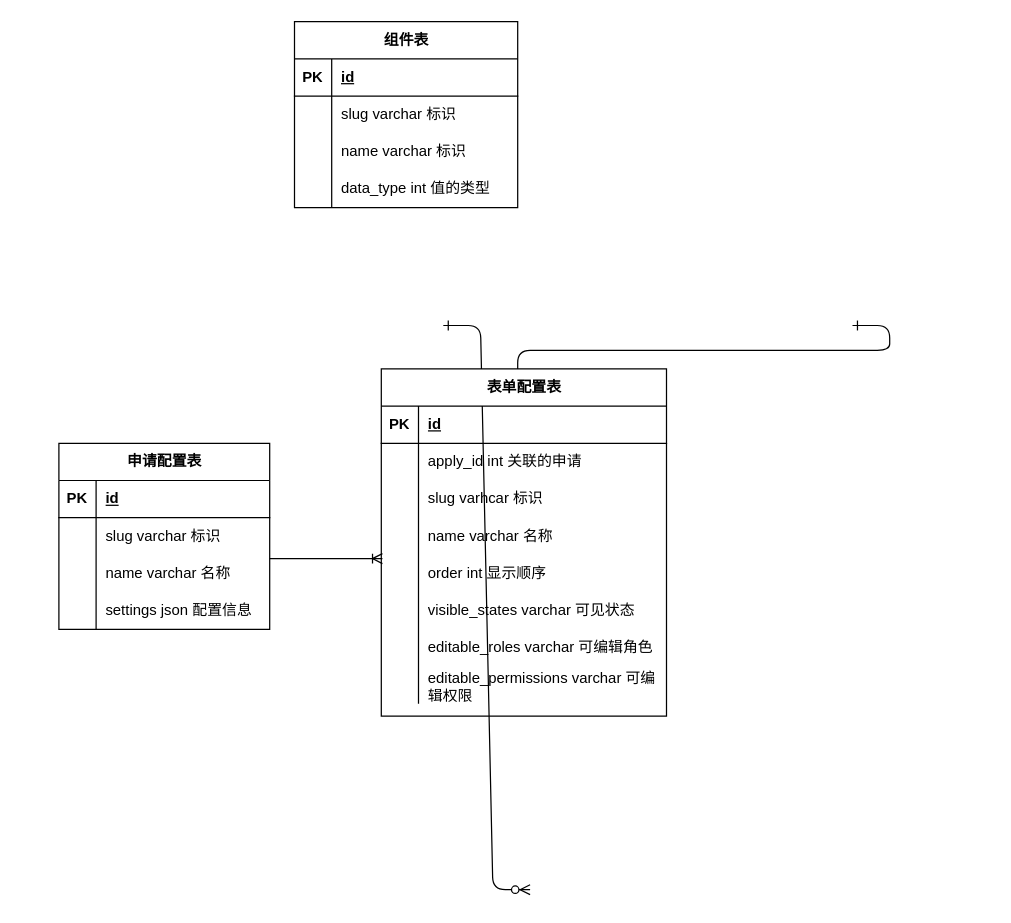
Earlier version of the draw.io diagram 未命名绘图.drawio (joewongex/drawio). Source tidied: cells renumbered, new cells numbered last; positions are measured from the earlier drawing's top-left corner, leaving out a move shared by most shapes. Both pictures are drawn from the tidied source at 124%, with x=0, y=0 at pixel (58, 21).
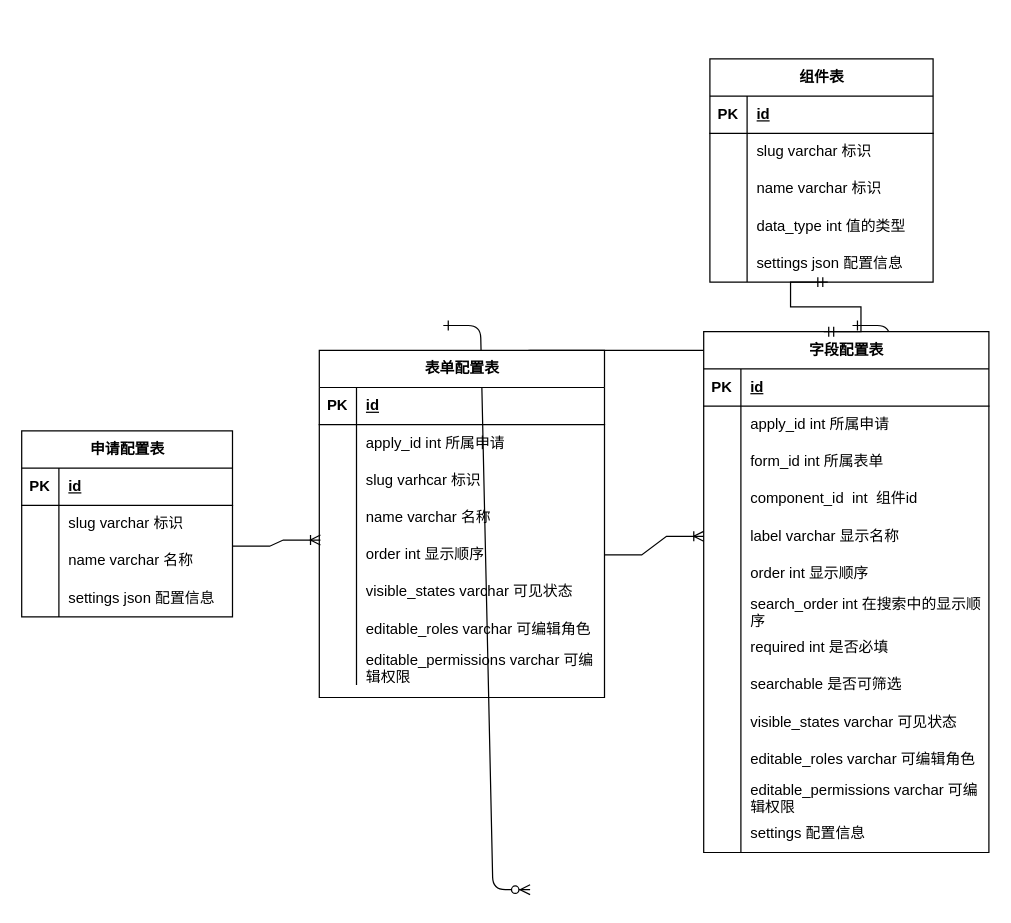
The same diagram, later.

Commit message (it also covers changes not shown here):
更新未命名绘图.drawio

The change refers to these unchanged cells:
```xml
<mxCell id="9" style="shape=tableRow;horizontal=0;startSize=0;swimlaneHead=0;swimlaneBody=0;fillColor=none;top=0;left=0;right=0;bottom=0;" parent="5" vertex="1">
  <mxGeometry y="60" width="230" height="30" as="geometry" />
</mxCell>
<mxCell id="18" style="shape=tableRow;horizontal=0;startSize=0;swimlaneHead=0;swimlaneBody=0;fillColor=none;points=[[0,0.5],[1,0.5]];portConstraint=eastwest;top=0;left=0;right=0;bottom=0;" parent="5" vertex="1">
  <mxGeometry y="150" width="230" height="30" as="geometry" />
</mxCell>
```

What changed in the source:
```diff
@@
     <mxCell id="5" value="表单配置表" style="shape=table;startSize=30;childLayout=tableLayout;rowLines=0;fontStyle=1;align=center;html=1;" parent="1" vertex="1">
-      <mxGeometry x="260" y="280" width="230" height="280" as="geometry" />
+      <mxGeometry x="210" y="265" width="230" height="280" as="geometry" />
     </mxCell>
@@
-    <mxCell id="11" value="apply_id int 关联的申请" style="shape=partialRectangle;fillColor=none;top=0;left=0;bottom=0;right=0;align=left;spacingLeft=6;overflow=hidden;whiteSpace=wrap;html=1;" parent="9" vertex="1">
+    <mxCell id="11" value="apply_id int 所属申请" style="shape=partialRectangle;fillColor=none;top=0;left=0;bottom=0;right=0;align=left;spacingLeft=6;overflow=hidden;whiteSpace=wrap;html=1;" parent="9" vertex="1">
       <mxGeometry x="30" width="200" height="30" as="geometry" />
     </mxCell>
@@
     <mxCell id="30" value="申请配置表" style="shape=table;startSize=30;childLayout=tableLayout;rowLines=0;fontStyle=1;align=center;html=1;" parent="1" vertex="1">
-      <mxGeometry y="340" width="170" height="150" as="geometry" />
+      <mxGeometry x="-30" y="330" width="170" height="150" as="geometry" />
     </mxCell>
@@
     <mxCell id="44" value="组件表" style="shape=table;startSize=30;childLayout=tableLayout;rowLines=0;fontStyle=1;align=center;html=1;" parent="1" vertex="1">
-      <mxGeometry x="190" width="180" height="150" as="geometry" />
+      <mxGeometry x="525" y="30" width="180" height="180" as="geometry" />
     </mxCell>
@@
+    <mxCell id="57" style="shape=tableRow;horizontal=0;startSize=0;swimlaneHead=0;swimlaneBody=0;fillColor=none;points=[[0,0.5],[1,0.5]];portConstraint=eastwest;top=0;left=0;right=0;bottom=0;" parent="44" vertex="1">
+      <mxGeometry y="150" width="180" height="30" as="geometry" />
+    </mxCell>
+    <mxCell id="58" style="shape=partialRectangle;fillColor=none;top=0;left=0;bottom=0;right=0;overflow=hidden;whiteSpace=wrap;html=1;" parent="57" vertex="1">
+      <mxGeometry width="30" height="30" as="geometry" />
+    </mxCell>
+    <mxCell id="59" value="settings json 配置信息" style="shape=partialRectangle;fillColor=none;top=0;left=0;bottom=0;right=0;align=left;spacingLeft=6;overflow=hidden;whiteSpace=wrap;html=1;" parent="57" vertex="1">
+      <mxGeometry x="30" width="150" height="30" as="geometry" />
+    </mxCell>
+    <mxCell id="60" value="字段配置表" style="shape=table;startSize=30;childLayout=tableLayout;rowLines=0;fontStyle=1;align=center;html=1;" parent="1" vertex="1">
+      <mxGeometry x="520" y="250" width="230" height="420" as="geometry" />
+    </mxCell>
+    <mxCell id="61" style="shape=tableRow;horizontal=0;startSize=0;swimlaneHead=0;swimlaneBody=0;fillColor=none;top=0;left=0;right=0;bottom=1;" parent="60" vertex="1">
+      <mxGeometry y="30" width="230" height="30" as="geometry" />
+    </mxCell>
+    <mxCell id="62" value="PK" style="shape=partialRectangle;fillColor=none;top=0;left=0;bottom=0;right=0;fontStyle=1;overflow=hidden;whiteSpace=wrap;html=1;" parent="61" vertex="1">
+      <mxGeometry width="30" height="30" as="geometry" />
+    </mxCell>
+    <mxCell id="63" value="id" style="shape=partialRectangle;fillColor=none;top=0;left=0;bottom=0;right=0;align=left;spacingLeft=6;fontStyle=5;overflow=hidden;whiteSpace=wrap;html=1;" parent="61" vertex="1">
+      <mxGeometry x="30" width="200" height="30" as="geometry" />
+    </mxCell>
+    <mxCell id="64" style="shape=tableRow;horizontal=0;startSize=0;swimlaneHead=0;swimlaneBody=0;fillColor=none;top=0;left=0;right=0;bottom=0;" parent="60" vertex="1">
+      <mxGeometry y="60" width="230" height="30" as="geometry" />
+    </mxCell>
+    <mxCell id="65" style="shape=partialRectangle;fillColor=none;top=0;left=0;bottom=0;right=0;overflow=hidden;whiteSpace=wrap;html=1;" parent="64" vertex="1">
+      <mxGeometry width="30" height="30" as="geometry" />
+    </mxCell>
+    <mxCell id="66" value="apply_id int 所属申请" style="shape=partialRectangle;fillColor=none;top=0;left=0;bottom=0;right=0;align=left;spacingLeft=6;overflow=hidden;whiteSpace=wrap;html=1;" parent="64" vertex="1">
+      <mxGeometry x="30" width="200" height="30" as="geometry" />
+    </mxCell>
+    <mxCell id="67" style="shape=tableRow;horizontal=0;startSize=0;swimlaneHead=0;swimlaneBody=0;fillColor=none;top=0;left=0;right=0;bottom=0;" parent="60" vertex="1">
+      <mxGeometry y="90" width="230" height="30" as="geometry" />
+    </mxCell>
+    <mxCell id="68" style="shape=partialRectangle;fillColor=none;top=0;left=0;bottom=0;right=0;overflow=hidden;whiteSpace=wrap;html=1;" parent="67" vertex="1">
+      <mxGeometry width="30" height="30" as="geometry" />
+    </mxCell>
+    <mxCell id="69" value="form_id int 所属表单" style="shape=partialRectangle;fillColor=none;top=0;left=0;bottom=0;right=0;align=left;spacingLeft=6;overflow=hidden;whiteSpace=wrap;html=1;" parent="67" vertex="1">
+      <mxGeometry x="30" width="200" height="30" as="geometry" />
+    </mxCell>
+    <mxCell id="70" style="shape=tableRow;horizontal=0;startSize=0;swimlaneHead=0;swimlaneBody=0;fillColor=none;top=0;left=0;right=0;bottom=0;" parent="60" vertex="1">
+      <mxGeometry y="120" width="230" height="30" as="geometry" />
+    </mxCell>
+    <mxCell id="71" style="shape=partialRectangle;fillColor=none;top=0;left=0;bottom=0;right=0;overflow=hidden;whiteSpace=wrap;html=1;" parent="70" vertex="1">
+      <mxGeometry width="30" height="30" as="geometry" />
+    </mxCell>
+    <mxCell id="72" value="component_id&amp;nbsp; int&amp;nbsp; 组件id" style="shape=partialRectangle;fillColor=none;top=0;left=0;bottom=0;right=0;align=left;spacingLeft=6;overflow=hidden;whiteSpace=wrap;html=1;" parent="70" vertex="1">
+      <mxGeometry x="30" width="200" height="30" as="geometry" />
+    </mxCell>
+    <mxCell id="73" style="shape=tableRow;horizontal=0;startSize=0;swimlaneHead=0;swimlaneBody=0;fillColor=none;points=[[0,0.5],[1,0.5]];portConstraint=eastwest;top=0;left=0;right=0;bottom=0;" parent="60" vertex="1">
+      <mxGeometry y="150" width="230" height="30" as="geometry" />
+    </mxCell>
+    <mxCell id="74" style="shape=partialRectangle;fillColor=none;top=0;left=0;bottom=0;right=0;overflow=hidden;whiteSpace=wrap;html=1;" parent="73" vertex="1">
+      <mxGeometry width="30" height="30" as="geometry" />
+    </mxCell>
+    <mxCell id="75" value="label varchar 显示名称" style="shape=partialRectangle;fillColor=none;top=0;left=0;bottom=0;right=0;align=left;spacingLeft=6;overflow=hidden;whiteSpace=wrap;html=1;" parent="73" vertex="1">
+      <mxGeometry x="30" width="200" height="30" as="geometry" />
+    </mxCell>
+    <mxCell id="76" style="shape=tableRow;horizontal=0;startSize=0;swimlaneHead=0;swimlaneBody=0;fillColor=none;top=0;left=0;right=0;bottom=0;" parent="60" vertex="1">
+      <mxGeometry y="180" width="230" height="30" as="geometry" />
+    </mxCell>
+    <mxCell id="77" style="shape=partialRectangle;fillColor=none;top=0;left=0;bottom=0;right=0;overflow=hidden;whiteSpace=wrap;html=1;" parent="76" vertex="1">
+      <mxGeometry width="30" height="30" as="geometry" />
+    </mxCell>
+    <mxCell id="78" value="order int 显示顺序" style="shape=partialRectangle;fillColor=none;top=0;left=0;bottom=0;right=0;align=left;spacingLeft=6;overflow=hidden;whiteSpace=wrap;html=1;" parent="76" vertex="1">
+      <mxGeometry x="30" width="200" height="30" as="geometry" />
+    </mxCell>
+    <mxCell id="79" style="shape=tableRow;horizontal=0;startSize=0;swimlaneHead=0;swimlaneBody=0;fillColor=none;top=0;left=0;right=0;bottom=0;" parent="60" vertex="1">
+      <mxGeometry y="210" width="230" height="30" as="geometry" />
+    </mxCell>
+    <mxCell id="80" style="shape=partialRectangle;fillColor=none;top=0;left=0;bottom=0;right=0;overflow=hidden;whiteSpace=wrap;html=1;" parent="79" vertex="1">
+      <mxGeometry width="30" height="30" as="geometry" />
+    </mxCell>
+    <mxCell id="81" value="search_order int 在搜索中的显示顺序" style="shape=partialRectangle;fillColor=none;top=0;left=0;bottom=0;right=0;align=left;spacingLeft=6;overflow=hidden;whiteSpace=wrap;html=1;" parent="79" vertex="1">
+      <mxGeometry x="30" width="200" height="30" as="geometry" />
+    </mxCell>
+    <mxCell id="82" style="shape=tableRow;horizontal=0;startSize=0;swimlaneHead=0;swimlaneBody=0;fillColor=none;top=0;left=0;right=0;bottom=0;" parent="60" vertex="1">
+      <mxGeometry y="240" width="230" height="30" as="geometry" />
+    </mxCell>
+    <mxCell id="83" style="shape=partialRectangle;fillColor=none;top=0;left=0;bottom=0;right=0;overflow=hidden;whiteSpace=wrap;html=1;" parent="82" vertex="1">
+      <mxGeometry width="30" height="30" as="geometry" />
+    </mxCell>
+    <mxCell id="84" value="required int 是否必填" style="shape=partialRectangle;fillColor=none;top=0;left=0;bottom=0;right=0;align=left;spacingLeft=6;overflow=hidden;whiteSpace=wrap;html=1;" parent="82" vertex="1">
+      <mxGeometry x="30" width="200" height="30" as="geometry" />
+    </mxCell>
+    <mxCell id="85" style="shape=tableRow;horizontal=0;startSize=0;swimlaneHead=0;swimlaneBody=0;fillColor=none;top=0;left=0;right=0;bottom=0;" parent="60" vertex="1">
+      <mxGeometry y="270" width="230" height="30" as="geometry" />
+    </mxCell>
+    <mxCell id="86" style="shape=partialRectangle;fillColor=none;top=0;left=0;bottom=0;right=0;overflow=hidden;whiteSpace=wrap;html=1;" parent="85" vertex="1">
+      <mxGeometry width="30" height="30" as="geometry" />
+    </mxCell>
+    <mxCell id="87" value="searchable 是否可筛选" style="shape=partialRectangle;fillColor=none;top=0;left=0;bottom=0;right=0;align=left;spacingLeft=6;overflow=hidden;whiteSpace=wrap;html=1;" parent="85" vertex="1">
+      <mxGeometry x="30" width="200" height="30" as="geometry" />
+    </mxCell>
+    <mxCell id="88" style="shape=tableRow;horizontal=0;startSize=0;swimlaneHead=0;swimlaneBody=0;fillColor=none;top=0;left=0;right=0;bottom=0;" parent="60" vertex="1">
+      <mxGeometry y="300" width="230" height="30" as="geometry" />
+    </mxCell>
+    <mxCell id="89" style="shape=partialRectangle;fillColor=none;top=0;left=0;bottom=0;right=0;overflow=hidden;whiteSpace=wrap;html=1;" parent="88" vertex="1">
+      <mxGeometry width="30" height="30" as="geometry" />
+    </mxCell>
+    <mxCell id="90" value="visible_states varchar 可见状态" style="shape=partialRectangle;fillColor=none;top=0;left=0;bottom=0;right=0;align=left;spacingLeft=6;overflow=hidden;whiteSpace=wrap;html=1;" parent="88" vertex="1">
+      <mxGeometry x="30" width="200" height="30" as="geometry" />
+    </mxCell>
+    <mxCell id="91" style="shape=tableRow;horizontal=0;startSize=0;swimlaneHead=0;swimlaneBody=0;fillColor=none;top=0;left=0;right=0;bottom=0;" parent="60" vertex="1">
+      <mxGeometry y="330" width="230" height="30" as="geometry" />
+    </mxCell>
+    <mxCell id="92" style="shape=partialRectangle;fillColor=none;top=0;left=0;bottom=0;right=0;overflow=hidden;whiteSpace=wrap;html=1;" parent="91" vertex="1">
+      <mxGeometry width="30" height="30" as="geometry" />
+    </mxCell>
+    <mxCell id="93" value="editable_roles varchar 可编辑角色" style="shape=partialRectangle;fillColor=none;top=0;left=0;bottom=0;right=0;align=left;spacingLeft=6;overflow=hidden;whiteSpace=wrap;html=1;" parent="91" vertex="1">
+      <mxGeometry x="30" width="200" height="30" as="geometry" />
+    </mxCell>
+    <mxCell id="94" style="shape=tableRow;horizontal=0;startSize=0;swimlaneHead=0;swimlaneBody=0;fillColor=none;top=0;left=0;right=0;bottom=0;" parent="60" vertex="1">
+      <mxGeometry y="360" width="230" height="30" as="geometry" />
+    </mxCell>
+    <mxCell id="95" style="shape=partialRectangle;fillColor=none;top=0;left=0;bottom=0;right=0;overflow=hidden;whiteSpace=wrap;html=1;" parent="94" vertex="1">
+      <mxGeometry width="30" height="30" as="geometry" />
+    </mxCell>
+    <mxCell id="96" value="editable_permissions varchar 可编辑权限" style="shape=partialRectangle;fillColor=none;top=0;left=0;bottom=0;right=0;align=left;spacingLeft=6;overflow=hidden;whiteSpace=wrap;html=1;" parent="94" vertex="1">
+      <mxGeometry x="30" width="200" height="30" as="geometry" />
+    </mxCell>
+    <mxCell id="97" style="shape=tableRow;horizontal=0;startSize=0;swimlaneHead=0;swimlaneBody=0;fillColor=none;top=0;left=0;right=0;bottom=0;" parent="60" vertex="1">
+      <mxGeometry y="390" width="230" height="30" as="geometry" />
+    </mxCell>
+    <mxCell id="98" style="shape=partialRectangle;fillColor=none;top=0;left=0;bottom=0;right=0;overflow=hidden;whiteSpace=wrap;html=1;" parent="97" vertex="1">
+      <mxGeometry width="30" height="30" as="geometry" />
+    </mxCell>
+    <mxCell id="99" value="settings 配置信息" style="shape=partialRectangle;fillColor=none;top=0;left=0;bottom=0;right=0;align=left;spacingLeft=6;overflow=hidden;whiteSpace=wrap;html=1;" parent="97" vertex="1">
+      <mxGeometry x="30" width="200" height="30" as="geometry" />
+    </mxCell>
+    <mxCell id="100" style="edgeStyle=entityRelationEdgeStyle;fontSize=12;html=1;endArrow=ERoneToMany;rounded=0;exitX=1;exitY=0.5;exitDx=0;exitDy=0;entryX=0;entryY=0.5;entryDx=0;entryDy=0;" parent="1" edge="1" source="18" target="73">
+      <mxGeometry relative="1" as="geometry" />
+    </mxCell>
+    <mxCell id="101" style="edgeStyle=entityRelationEdgeStyle;fontSize=12;html=1;endArrow=ERmandOne;startArrow=ERmandOne;rounded=0;entryX=0.528;entryY=1;entryDx=0;entryDy=0;entryPerimeter=0;exitX=0.421;exitY=0;exitDx=0;exitDy=0;exitPerimeter=0;" parent="1" edge="1" source="60" target="57">
+      <mxGeometry relative="1" as="geometry" />
+    </mxCell>
```
